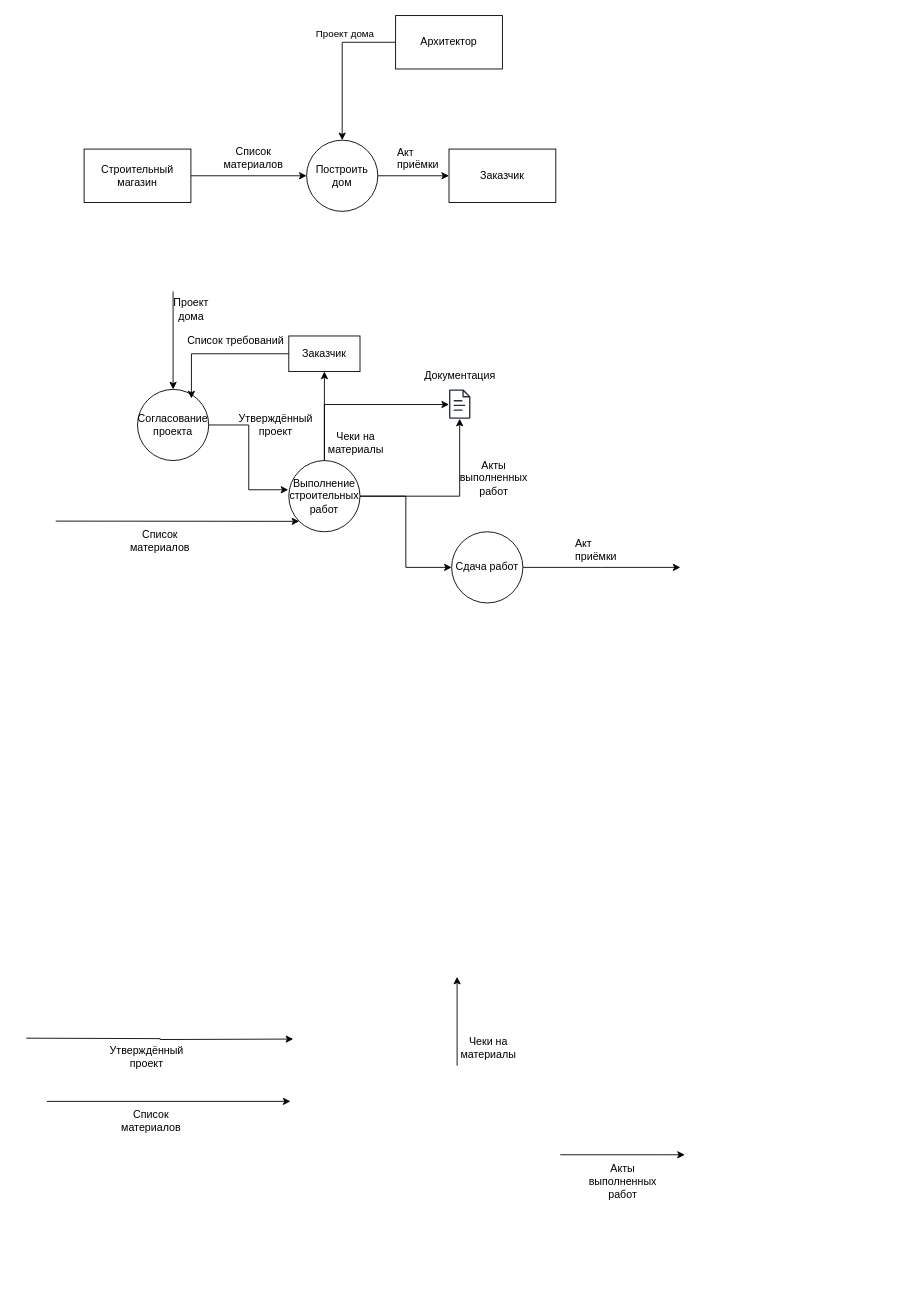
Earlier version of the draw.io diagram dfd22_5thsmster.drawio (mati-tech/draw.io). Source tidied: cells renumbered, new cells numbered last; positions are measured from the earlier drawing's top-left corner, leaving out a move shared by most shapes. Both pictures are drawn from the tidied source at 89%, with x=0, y=0 at pixel (26, 15).
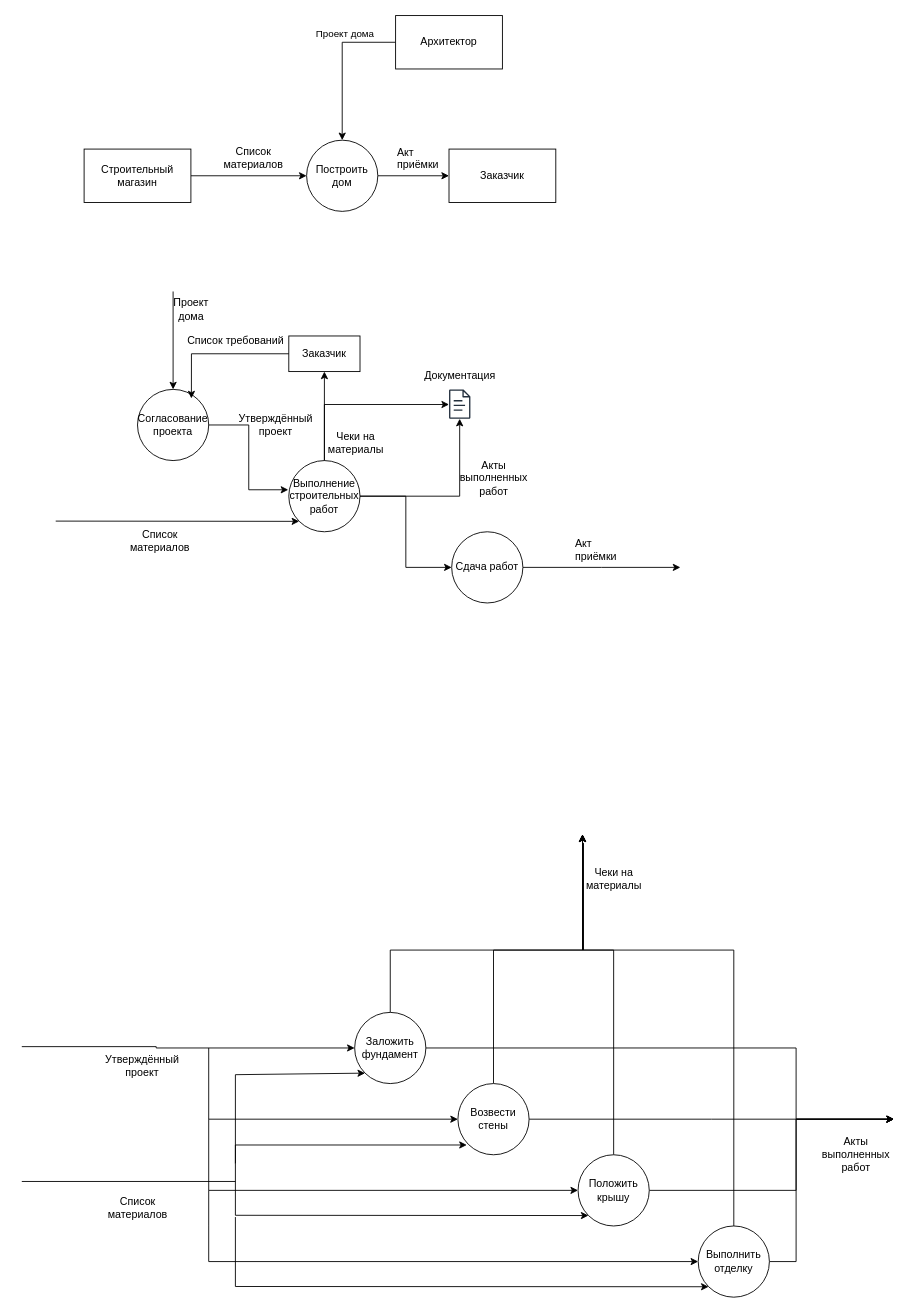
After the change.

Change to the diagram source:
```diff
@@
-    <mxCell id="34" style="endArrow=classic;html=1;rounded=0;entryX=0;entryY=1;entryDx=0;entryDy=0;" parent="1" edge="1">
-      <mxGeometry relative="1" as="geometry">
-        <mxPoint x="23.1" y="1220" as="sourcePoint" />
-        <mxPoint x="296.9" y="1220" as="targetPoint" />
-      </mxGeometry>
-    </mxCell>
     <mxCell id="35" value="&lt;div&gt;Список&lt;/div&gt;&lt;div&gt;материалов&lt;/div&gt;" style="text;html=1;align=center;verticalAlign=middle;strokeColor=none;fillColor=none;" parent="1" vertex="1">
-      <mxGeometry x="94.9" y="1222" width="90" height="40" as="geometry" />
+      <mxGeometry x="80" y="1320" width="90" height="40" as="geometry" />
     </mxCell>
-    <mxCell id="36" style="edgeStyle=orthogonalEdgeStyle;rounded=0;orthogonalLoop=1;jettySize=auto;html=1;" parent="1" edge="1">
+    <mxCell id="36" style="edgeStyle=orthogonalEdgeStyle;rounded=0;jettySize=auto;html=1;entryX=0;entryY=0.5;entryDx=0;entryDy=0;" parent="1" edge="1" target="44">
       <mxGeometry relative="1" as="geometry">
-        <mxPoint y="1149" as="sourcePoint" />
-        <mxPoint x="300" y="1150" as="targetPoint" />
+        <mxPoint x="-5" y="1158.5" as="sourcePoint" />
+        <Array as="points">
+          <mxPoint x="146" y="1159" />
+          <mxPoint x="146" y="1160" />
+        </Array>
       </mxGeometry>
     </mxCell>
     <mxCell id="37" value="&lt;div&gt;Утверждённый&lt;/div&gt;&lt;div&gt;проект&lt;/div&gt;" style="text;html=1;align=center;verticalAlign=middle;strokeColor=none;fillColor=none;" parent="1" vertex="1">
-      <mxGeometry x="80" y="1150" width="110" height="40" as="geometry" />
+      <mxGeometry x="75" y="1160" width="110" height="40" as="geometry" />
     </mxCell>
-    <mxCell id="38" style="endArrow=classic;html=1;rounded=0;exitX=0.5;exitY=0;exitDx=0;exitDy=0;entryX=0.5;entryY=1;entryDx=0;entryDy=0;" parent="1" edge="1">
-      <mxGeometry relative="1" as="geometry">
-        <mxPoint x="484.1" y="1180" as="sourcePoint" />
-        <mxPoint x="484.1" y="1080" as="targetPoint" />
-      </mxGeometry>
-    </mxCell>
     <mxCell id="39" value="&lt;div&gt;Чеки на&lt;/div&gt;&lt;div&gt;материалы&lt;/div&gt;" style="text;html=1;align=center;verticalAlign=middle;strokeColor=none;fillColor=none;" parent="1" vertex="1">
-      <mxGeometry x="474.1" y="1140" width="90" height="40" as="geometry" />
+      <mxGeometry x="615" y="950" width="90" height="40" as="geometry" />
     </mxCell>
-    <mxCell id="40" style="edgeStyle=orthogonalEdgeStyle;rounded=0;orthogonalLoop=1;jettySize=auto;html=1;exitX=1;exitY=0.5;exitDx=0;exitDy=0;" parent="1" edge="1">
-      <mxGeometry relative="1" as="geometry">
-        <mxPoint x="600" y="1280" as="sourcePoint" />
-        <mxPoint x="740" y="1280" as="targetPoint" />
-        <Array as="points">
-          <mxPoint x="712" y="1280" />
-        </Array>
-      </mxGeometry>
-    </mxCell>
     <mxCell id="41" value="&lt;div&gt;Акты&lt;/div&gt;&lt;div&gt;выполненных&lt;/div&gt;&lt;div&gt;работ&lt;/div&gt;" style="text;html=1;align=center;verticalAlign=middle;strokeColor=none;fillColor=none;" parent="1" vertex="1">
-      <mxGeometry x="620" y="1280" width="100" height="60" as="geometry" />
+      <mxGeometry x="882" y="1250" width="100" height="60" as="geometry" />
     </mxCell>
+    <mxCell id="42" style="edgeStyle=orthogonalEdgeStyle;rounded=0;jettySize=auto;html=1;" parent="1" edge="1" source="44">
+      <mxGeometry relative="1" as="geometry">
+        <mxPoint x="975" y="1240" as="targetPoint" />
+        <Array as="points">
+          <mxPoint x="865" y="1160" />
+          <mxPoint x="865" y="1240" />
+        </Array>
+      </mxGeometry>
+    </mxCell>
+    <mxCell id="43" style="edgeStyle=orthogonalEdgeStyle;rounded=0;jettySize=auto;html=1;" parent="1" edge="1" source="44">
+      <mxGeometry relative="1" as="geometry">
+        <mxPoint x="625" y="920" as="targetPoint" />
+        <Array as="points">
+          <mxPoint x="409" y="1050" />
+          <mxPoint x="626" y="1050" />
+          <mxPoint x="626" y="930" />
+          <mxPoint x="625" y="930" />
+        </Array>
+      </mxGeometry>
+    </mxCell>
+    <mxCell id="44" value="&lt;div&gt;Заложить&lt;/div&gt;&lt;div&gt;фундамент&lt;/div&gt;" style="ellipse;whiteSpace=wrap;html=1;" parent="1" vertex="1">
+      <mxGeometry x="369" y="1120" width="80" height="80" as="geometry" />
+    </mxCell>
+    <mxCell id="45" style="edgeStyle=orthogonalEdgeStyle;rounded=0;jettySize=auto;html=1;" parent="1" edge="1" source="47">
+      <mxGeometry relative="1" as="geometry">
+        <mxPoint x="975" y="1240" as="targetPoint" />
+        <Array as="points">
+          <mxPoint x="865" y="1400" />
+          <mxPoint x="865" y="1240" />
+        </Array>
+      </mxGeometry>
+    </mxCell>
+    <mxCell id="46" style="edgeStyle=orthogonalEdgeStyle;rounded=0;jettySize=auto;html=1;" parent="1" edge="1" source="47">
+      <mxGeometry relative="1" as="geometry">
+        <mxPoint x="625" y="920" as="targetPoint" />
+        <Array as="points">
+          <mxPoint x="795" y="1050" />
+          <mxPoint x="625" y="1050" />
+        </Array>
+      </mxGeometry>
+    </mxCell>
+    <mxCell id="47" value="Выполнить отделку" style="ellipse;whiteSpace=wrap;html=1;" parent="1" vertex="1">
+      <mxGeometry x="755" y="1360" width="80" height="80" as="geometry" />
+    </mxCell>
+    <mxCell id="48" style="edgeStyle=orthogonalEdgeStyle;rounded=0;jettySize=auto;html=1;" parent="1" edge="1" source="50">
+      <mxGeometry relative="1" as="geometry">
+        <mxPoint x="975" y="1240" as="targetPoint" />
+        <Array as="points">
+          <mxPoint x="865" y="1320" />
+          <mxPoint x="865" y="1240" />
+        </Array>
+      </mxGeometry>
+    </mxCell>
+    <mxCell id="49" style="edgeStyle=orthogonalEdgeStyle;rounded=0;jettySize=auto;html=1;" parent="1" edge="1" source="50">
+      <mxGeometry relative="1" as="geometry">
+        <mxPoint x="625" y="920" as="targetPoint" />
+        <Array as="points">
+          <mxPoint x="660" y="1050" />
+          <mxPoint x="626" y="1050" />
+          <mxPoint x="626" y="930" />
+          <mxPoint x="625" y="930" />
+        </Array>
+      </mxGeometry>
+    </mxCell>
+    <mxCell id="50" value="Положить крышу" style="ellipse;whiteSpace=wrap;html=1;" parent="1" vertex="1">
+      <mxGeometry x="620" y="1280" width="80" height="80" as="geometry" />
+    </mxCell>
+    <mxCell id="51" style="edgeStyle=orthogonalEdgeStyle;rounded=0;jettySize=auto;html=1;" parent="1" edge="1" source="53">
+      <mxGeometry relative="1" as="geometry">
+        <mxPoint x="975" y="1240" as="targetPoint" />
+      </mxGeometry>
+    </mxCell>
+    <mxCell id="52" style="edgeStyle=orthogonalEdgeStyle;rounded=0;jettySize=auto;html=1;" parent="1" edge="1" source="53">
+      <mxGeometry relative="1" as="geometry">
+        <mxPoint x="625" y="920" as="targetPoint" />
+        <Array as="points">
+          <mxPoint x="525" y="1050" />
+          <mxPoint x="625" y="1050" />
+        </Array>
+      </mxGeometry>
+    </mxCell>
+    <mxCell id="53" value="Возвести стены" style="ellipse;whiteSpace=wrap;html=1;" parent="1" vertex="1">
+      <mxGeometry x="485" y="1200" width="80" height="80" as="geometry" />
+    </mxCell>
+    <mxCell id="54" style="endArrow=classic;html=1;rounded=0;" parent="1" edge="1">
+      <mxGeometry relative="1" as="geometry">
+        <mxPoint x="205" y="1160" as="sourcePoint" />
+        <mxPoint x="485" y="1240" as="targetPoint" />
+        <Array as="points">
+          <mxPoint x="205" y="1240" />
+        </Array>
+      </mxGeometry>
+    </mxCell>
+    <mxCell id="55" style="endArrow=classic;html=1;rounded=0;entryX=0;entryY=0.5;entryDx=0;entryDy=0;" parent="1" edge="1" target="50">
+      <mxGeometry relative="1" as="geometry">
+        <mxPoint x="205" y="1240" as="sourcePoint" />
+        <Array as="points">
+          <mxPoint x="205" y="1320" />
+        </Array>
+      </mxGeometry>
+    </mxCell>
+    <mxCell id="56" style="endArrow=classic;html=1;rounded=0;entryX=0;entryY=0.5;entryDx=0;entryDy=0;" parent="1" edge="1" target="47">
+      <mxGeometry relative="1" as="geometry">
+        <mxPoint x="205" y="1320" as="sourcePoint" />
+        <Array as="points">
+          <mxPoint x="205" y="1360" />
+          <mxPoint x="205" y="1400" />
+        </Array>
+      </mxGeometry>
+    </mxCell>
+    <mxCell id="57" style="endArrow=classic;html=1;rounded=0;entryX=0;entryY=1;entryDx=0;entryDy=0;" parent="1" edge="1" target="44">
+      <mxGeometry relative="1" as="geometry">
+        <mxPoint x="235" y="1290" as="sourcePoint" />
+        <Array as="points">
+          <mxPoint x="235" y="1190" />
+        </Array>
+      </mxGeometry>
+    </mxCell>
+    <mxCell id="58" style="endArrow=classic;html=1;rounded=0;entryX=0;entryY=1;entryDx=0;entryDy=0;" parent="1" edge="1">
+      <mxGeometry relative="1" as="geometry">
+        <mxPoint x="235" y="1290" as="sourcePoint" />
+        <mxPoint x="495" y="1269" as="targetPoint" />
+        <Array as="points">
+          <mxPoint x="235" y="1269" />
+        </Array>
+      </mxGeometry>
+    </mxCell>
+    <mxCell id="59" style="endArrow=classic;html=1;rounded=0;entryX=0;entryY=1;entryDx=0;entryDy=0;" parent="1" edge="1" target="50">
+      <mxGeometry relative="1" as="geometry">
+        <mxPoint x="235" y="1290" as="sourcePoint" />
+        <Array as="points">
+          <mxPoint x="235" y="1348" />
+        </Array>
+      </mxGeometry>
+    </mxCell>
+    <mxCell id="60" style="endArrow=classic;html=1;rounded=0;entryX=0;entryY=1;entryDx=0;entryDy=0;" parent="1" edge="1" target="47">
+      <mxGeometry relative="1" as="geometry">
+        <mxPoint x="235" y="1350" as="sourcePoint" />
+        <Array as="points">
+          <mxPoint x="235" y="1428" />
+        </Array>
+      </mxGeometry>
+    </mxCell>
+    <mxCell id="61" style="endArrow=none;html=1;rounded=0;" parent="1" edge="1">
+      <mxGeometry relative="1" as="geometry">
+        <mxPoint x="-5" y="1310" as="sourcePoint" />
+        <mxPoint x="235" y="1310" as="targetPoint" />
+      </mxGeometry>
+    </mxCell>
```
